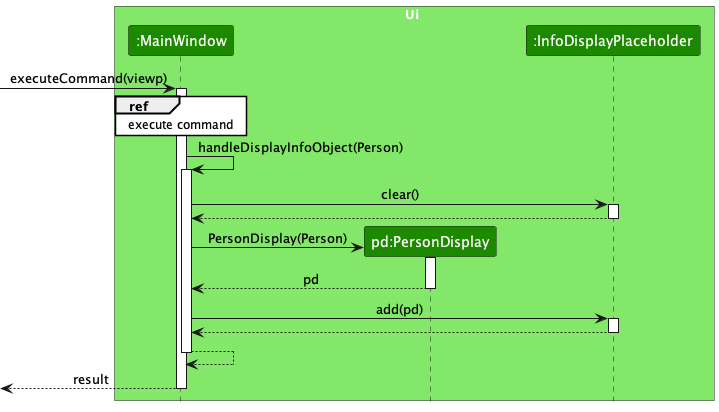
This is docs/images/ViewpSequenceDiagram.png from timetraveller-123/tp, a PlantUML export, as it was before one commit.
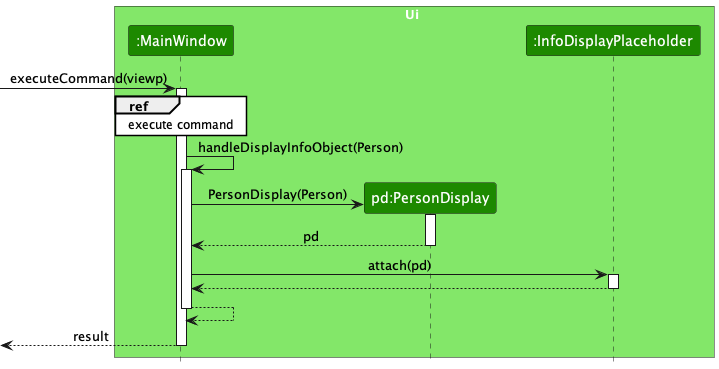
Above is the later version.

The edit, as a diff of the source:
```diff
@@ -14,12 +14,6 @@
 MainWindow -> MainWindow : handleDisplayInfoObject(Person)
 activate MainWindow
 
-MainWindow -> InfoDisplayPlaceholder : clear()
-activate InfoDisplayPlaceholder
-
-InfoDisplayPlaceholder --> MainWindow
-deactivate InfoDisplayPlaceholder
-
 create "pd:PersonDisplay" as PersonDisplay UI_COLOR
 MainWindow -> PersonDisplay : PersonDisplay(Person)
 activate PersonDisplay
@@ -29,7 +23,7 @@
 
 participant ":InfoDisplayPlaceholder" as InfoDisplayPlaceholder UI_COLOR
 
-MainWindow -> InfoDisplayPlaceholder : add(pd)
+MainWindow -> InfoDisplayPlaceholder : attach(pd)
 activate InfoDisplayPlaceholder
 
 InfoDisplayPlaceholder --> MainWindow
```
